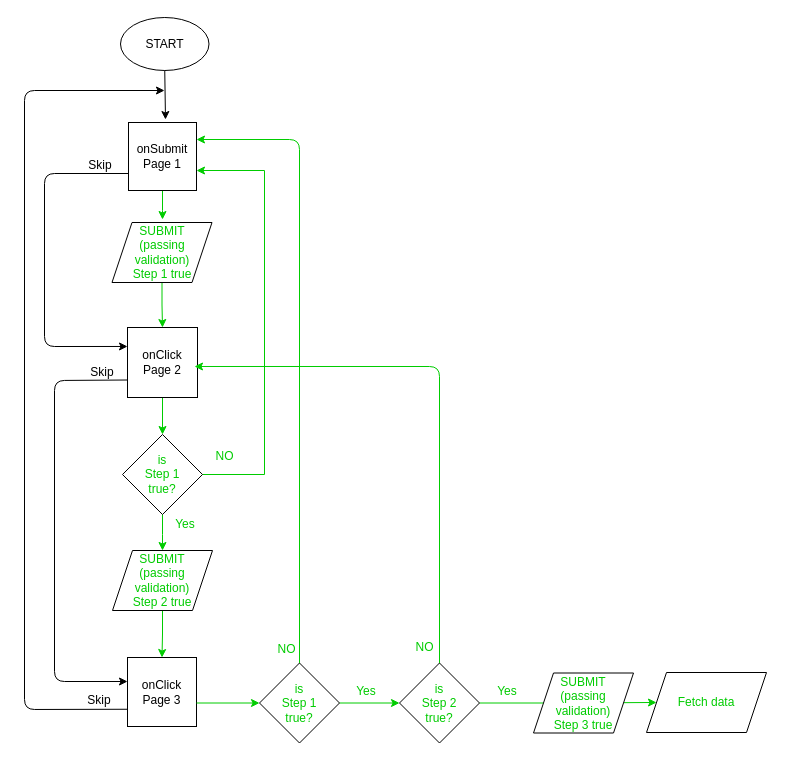
cavaglieridomenico/user-onboarding keeps this draw.io diagram as src/assets/flowchart/flowchart.drawio. Above is the earlier version. Source tidied: cells renumbered, new cells numbered last; positions are measured from the earlier drawing's top-left corner, leaving out a move shared by most shapes. Both pictures are drawn from the tidied source at 100%, with x=0, y=0 at pixel (24, 17).
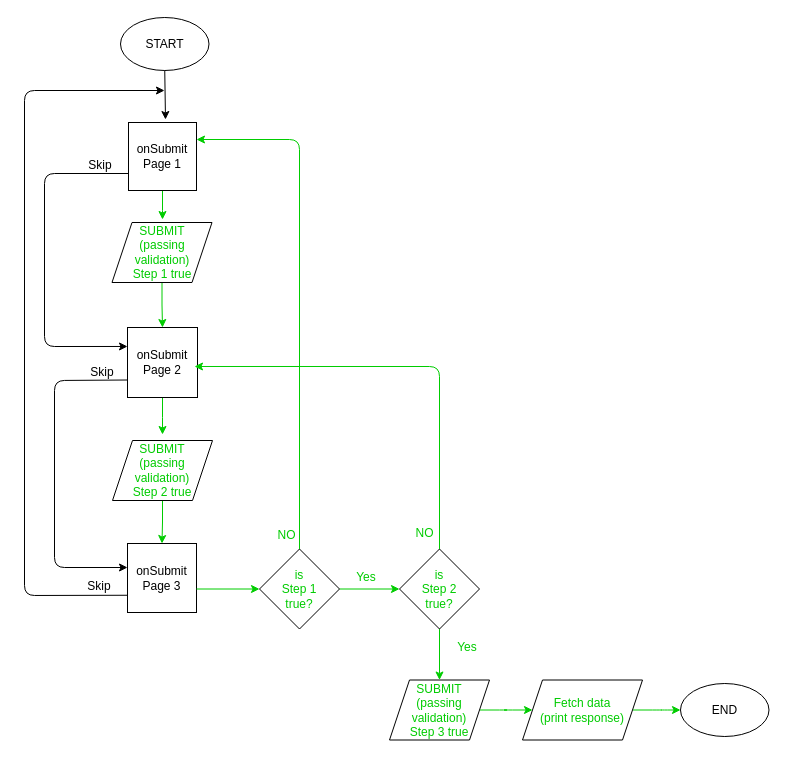
Above is the later version.

Commit message (it also covers changes not shown here):
[UPDATED] Flowchart validation

The flowchart was updated based on the new validation process

Change to the diagram source:
```diff
@@
     <mxCell id="4" style="endArrow=classic;html=1;exitX=0;exitY=0.75;exitDx=0;exitDy=0;" parent="1" edge="1" source="12">
       <mxGeometry relative="1" as="geometry">
         <mxPoint x="140" y="73" as="targetPoint" />
         <Array as="points">
-          <mxPoint y="692" />
+          <mxPoint y="578" />
           <mxPoint y="73" />
         </Array>
       </mxGeometry>
     </mxCell>
     <mxCell id="5" value="Skip" style="text;html=1;strokeColor=none;fillColor=none;align=center;verticalAlign=middle;whiteSpace=wrap;rounded=0;" parent="1" vertex="1">
-      <mxGeometry x="55" y="673" width="40" height="20" as="geometry" />
+      <mxGeometry x="55" y="559" width="40" height="20" as="geometry" />
     </mxCell>
@@
-    <mxCell id="10" style="edgeStyle=orthogonalEdgeStyle;rounded=0;jettySize=auto;html=1;fontColor=#00CC00;strokeColor=#00CC00;" parent="1" edge="1" source="11" target="20">
-      <mxGeometry relative="1" as="geometry" />
+    <mxCell id="10" style="edgeStyle=orthogonalEdgeStyle;rounded=0;jettySize=auto;html=1;fontColor=#00CC00;strokeColor=#00CC00;" parent="1" edge="1" source="11">
+      <mxGeometry relative="1" as="geometry">
+        <mxPoint x="138" y="417" as="targetPoint" />
+      </mxGeometry>
     </mxCell>
-    <mxCell id="11" value="onClick&lt;br&gt;Page 2" style="whiteSpace=wrap;html=1;" parent="1" vertex="1">
+    <mxCell id="11" value="onSubmit&lt;br&gt;Page 2" style="whiteSpace=wrap;html=1;" parent="1" vertex="1">
       <mxGeometry x="103" y="310" width="70" height="70" as="geometry" />
     </mxCell>
-    <mxCell id="12" value="onClick&lt;br&gt;Page 3" style="whiteSpace=wrap;html=1;" parent="1" vertex="1">
-      <mxGeometry x="103" y="640" width="69" height="69" as="geometry" />
+    <mxCell id="12" value="onSubmit&lt;br&gt;Page 3" style="whiteSpace=wrap;html=1;" parent="1" vertex="1">
+      <mxGeometry x="103" y="526" width="69" height="69" as="geometry" />
     </mxCell>
-    <mxCell id="13" style="edgeStyle=orthogonalEdgeStyle;rounded=0;jettySize=auto;html=1;fontColor=#00CC00;strokeColor=#00CC00;exitX=1;exitY=0.5;exitDx=0;exitDy=0;" parent="1" edge="1" source="20">
-      <mxGeometry relative="1" as="geometry">
-        <mxPoint x="172" y="153" as="targetPoint" />
-        <Array as="points">
-          <mxPoint x="240" y="457" />
-          <mxPoint x="240" y="153" />
-        </Array>
-      </mxGeometry>
-    </mxCell>
-    <mxCell id="14" value="Yes" style="text;html=1;align=center;verticalAlign=middle;whiteSpace=wrap;rounded=0;fontColor=#00CC00;" parent="1" vertex="1">
-      <mxGeometry x="134" y="497" width="53.5" height="20" as="geometry" />
-    </mxCell>
     <mxCell id="15" style="endArrow=classic;html=1;fontColor=#00CC00;exitX=0;exitY=0.75;exitDx=0;exitDy=0;entryX=0;entryY=0.348;entryDx=0;entryDy=0;entryPerimeter=0;" parent="1" edge="1" source="11" target="12">
       <mxGeometry relative="1" as="geometry">
         <Array as="points">
           <mxPoint x="30" y="363" />
-          <mxPoint x="30" y="664" />
+          <mxPoint x="30" y="550" />
         </Array>
       </mxGeometry>
     </mxCell>
@@
+    <mxCell id="37" style="edgeStyle=orthogonalEdgeStyle;rounded=1;jettySize=auto;html=1;fontColor=#00CC00;strokeColor=#00CC00;" parent="1" edge="1" source="17" target="40">
+      <mxGeometry relative="1" as="geometry" />
+    </mxCell>
-    <mxCell id="17" value="Fetch data" style="shape=parallelogram;perimeter=parallelogramPerimeter;whiteSpace=wrap;html=1;fixedSize=1;fontColor=#00CC00;" parent="1" vertex="1">
-      <mxGeometry x="622" y="655" width="120" height="60" as="geometry" />
+    <mxCell id="17" value="Fetch data&lt;br&gt;(print response)" style="shape=parallelogram;perimeter=parallelogramPerimeter;whiteSpace=wrap;html=1;fixedSize=1;fontColor=#00CC00;" parent="1" vertex="1">
+      <mxGeometry x="498" y="662.5" width="120" height="60" as="geometry" />
     </mxCell>
@@
-    <mxCell id="19" style="edgeStyle=orthogonalEdgeStyle;rounded=0;jettySize=auto;html=1;fontColor=#00CC00;strokeColor=#00CC00;" parent="1" edge="1" source="20">
-      <mxGeometry relative="1" as="geometry">
-        <mxPoint x="138" y="533" as="targetPoint" />
-      </mxGeometry>
-    </mxCell>
-    <mxCell id="20" value="&lt;span&gt;is &lt;br&gt;Step 1&lt;br&gt;true?&lt;/span&gt;" style="rhombus;whiteSpace=wrap;html=1;fontColor=#00CC00;" parent="1" vertex="1">
-      <mxGeometry x="98" y="417" width="80" height="80" as="geometry" />
-    </mxCell>
-    <mxCell id="21" value="NO" style="text;html=1;align=center;verticalAlign=middle;whiteSpace=wrap;rounded=0;fontColor=#00CC00;" parent="1" vertex="1">
-      <mxGeometry x="168.2" y="429" width="64.5" height="20" as="geometry" />
-    </mxCell>
@@
     <mxCell id="23" value="&lt;span&gt;is &lt;br&gt;Step 1&lt;br&gt;true?&lt;/span&gt;" style="rhombus;whiteSpace=wrap;html=1;fontColor=#00CC00;" parent="1" vertex="1">
-      <mxGeometry x="235" y="645.5" width="80" height="80" as="geometry" />
+      <mxGeometry x="235" y="531.5" width="80" height="80" as="geometry" />
     </mxCell>
     <mxCell id="24" style="endArrow=classic;html=1;fontColor=#00CC00;strokeColor=#00CC00;exitX=1;exitY=0.5;exitDx=0;exitDy=0;entryX=0;entryY=0.5;entryDx=0;entryDy=0;" parent="1" edge="1" target="23">
       <mxGeometry relative="1" as="geometry">
-        <mxPoint x="172" y="685.5" as="sourcePoint" />
+        <mxPoint x="172" y="571.5" as="sourcePoint" />
       </mxGeometry>
     </mxCell>
@@
     <mxCell id="26" value="NO" style="text;html=1;align=center;verticalAlign=middle;whiteSpace=wrap;rounded=0;fontColor=#00CC00;" parent="1" vertex="1">
-      <mxGeometry x="229.5" y="621.5" width="64.5" height="20" as="geometry" />
+      <mxGeometry x="229.5" y="507.5" width="64.5" height="20" as="geometry" />
     </mxCell>
-    <mxCell id="27" style="edgeStyle=orthogonalEdgeStyle;rounded=0;jettySize=auto;html=1;fontColor=#00CC00;strokeColor=#00CC00;" parent="1" edge="1" source="28" target="17">
-      <mxGeometry relative="1" as="geometry" />
-    </mxCell>
+    <mxCell id="38" style="edgeStyle=orthogonalEdgeStyle;rounded=1;jettySize=auto;html=1;strokeColor=#00CC00;fontColor=#00CC00;" parent="1" edge="1" source="28" target="36">
+      <mxGeometry relative="1" as="geometry" />
+    </mxCell>
     <mxCell id="28" value="&lt;span&gt;is &lt;br&gt;Step 2&lt;br&gt;true?&lt;/span&gt;" style="rhombus;whiteSpace=wrap;html=1;fontColor=#00CC00;" parent="1" vertex="1">
-      <mxGeometry x="375" y="645.5" width="80" height="80" as="geometry" />
+      <mxGeometry x="375" y="531.5" width="80" height="80" as="geometry" />
     </mxCell>
     <mxCell id="29" value="Yes" style="text;html=1;align=center;verticalAlign=middle;whiteSpace=wrap;rounded=0;fontColor=#00CC00;" parent="1" vertex="1">
-      <mxGeometry x="315" y="664" width="53.5" height="20" as="geometry" />
+      <mxGeometry x="315" y="550" width="53.5" height="20" as="geometry" />
     </mxCell>
@@
     <mxCell id="31" value="NO" style="text;html=1;align=center;verticalAlign=middle;whiteSpace=wrap;rounded=0;fontColor=#00CC00;" parent="1" vertex="1">
-      <mxGeometry x="368" y="620" width="64.5" height="20" as="geometry" />
+      <mxGeometry x="368" y="506" width="64.5" height="20" as="geometry" />
     </mxCell>
     <mxCell id="32" value="Yes" style="text;html=1;align=center;verticalAlign=middle;whiteSpace=wrap;rounded=0;fontColor=#00CC00;" parent="1" vertex="1">
-      <mxGeometry x="455.5" y="664" width="53.5" height="20" as="geometry" />
+      <mxGeometry x="415.5" y="620" width="53.5" height="20" as="geometry" />
     </mxCell>
@@
     <mxCell id="35" value="&lt;div style=&quot;color: rgb(0 , 204 , 0)&quot;&gt;SUBMIT&lt;/div&gt;&lt;span style=&quot;color: rgb(0 , 204 , 0)&quot;&gt;(passing validation)&lt;/span&gt;&lt;br style=&quot;color: rgb(0 , 204 , 0)&quot;&gt;&lt;div style=&quot;color: rgb(0 , 204 , 0)&quot;&gt;Step 2 true&lt;/div&gt;" style="shape=parallelogram;perimeter=parallelogramPerimeter;whiteSpace=wrap;html=1;fixedSize=1;" parent="1" vertex="1">
-      <mxGeometry x="88" y="533" width="100" height="60" as="geometry" />
+      <mxGeometry x="88" y="423" width="100" height="60" as="geometry" />
     </mxCell>
+    <mxCell id="39" style="edgeStyle=orthogonalEdgeStyle;rounded=1;jettySize=auto;html=1;fontColor=#00CC00;strokeColor=#00CC00;" parent="1" edge="1" source="36" target="17">
+      <mxGeometry relative="1" as="geometry" />
+    </mxCell>
     <mxCell id="36" value="&lt;div style=&quot;color: rgb(0 , 204 , 0)&quot;&gt;SUBMIT&lt;/div&gt;&lt;span style=&quot;color: rgb(0 , 204 , 0)&quot;&gt;(passing validation)&lt;/span&gt;&lt;br style=&quot;color: rgb(0 , 204 , 0)&quot;&gt;&lt;div style=&quot;color: rgb(0 , 204 , 0)&quot;&gt;Step 3 true&lt;/div&gt;" style="shape=parallelogram;perimeter=parallelogramPerimeter;whiteSpace=wrap;html=1;fixedSize=1;" parent="1" vertex="1">
-      <mxGeometry x="509" y="655.5" width="100" height="60" as="geometry" />
+      <mxGeometry x="365" y="662.5" width="100" height="60" as="geometry" />
     </mxCell>
+    <mxCell id="40" value="END" style="ellipse;whiteSpace=wrap;html=1;" parent="1" vertex="1">
+      <mxGeometry x="656" y="666" width="88.5" height="53" as="geometry" />
+    </mxCell>
```
